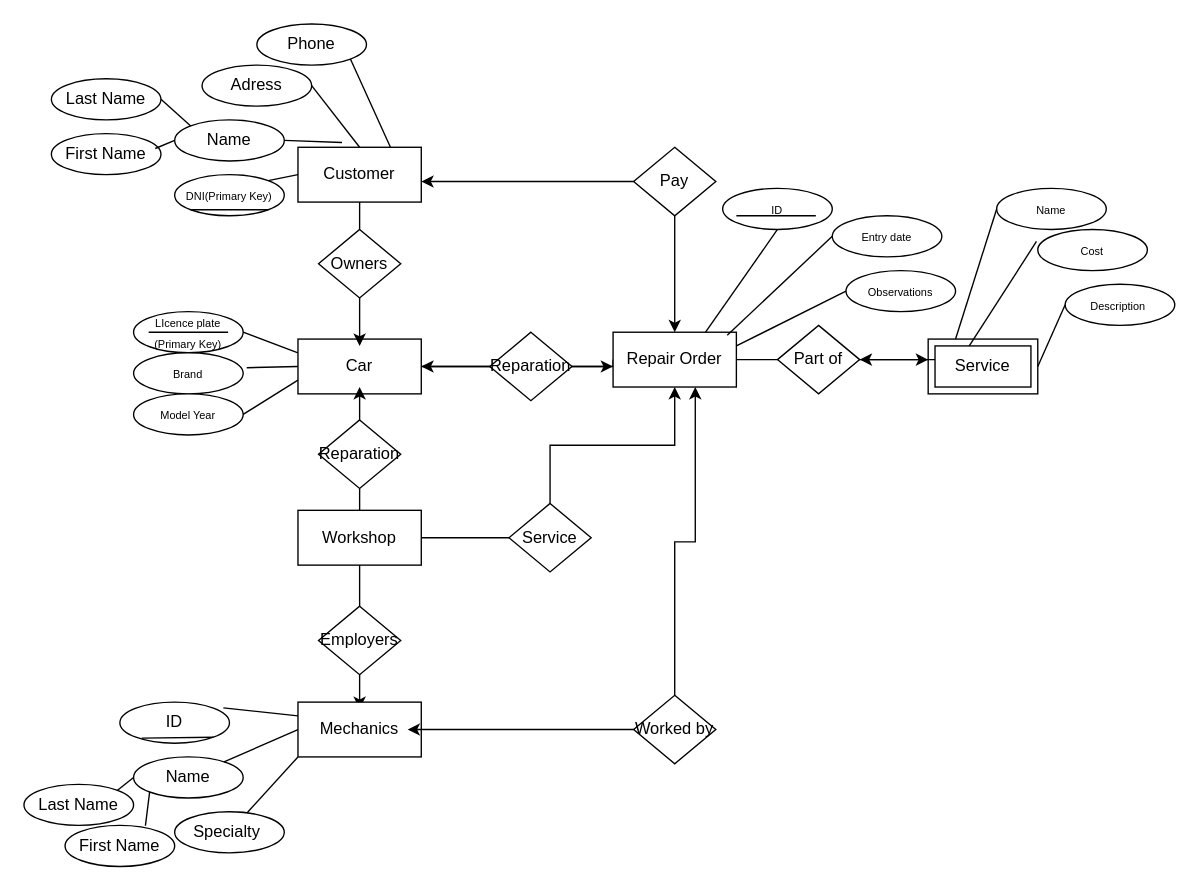
Sourcer-Amir/draw.io_diagrams keeps this draw.io diagram as Diagrams/Part 1 of homework 2.drawio. Above is the earlier version. Source tidied: cells renumbered, new cells numbered last; positions are measured from the earlier drawing's top-left corner, leaving out a move shared by most shapes. Both pictures are drawn from the tidied source at 137%, with x=0, y=0 at pixel (23, 23).
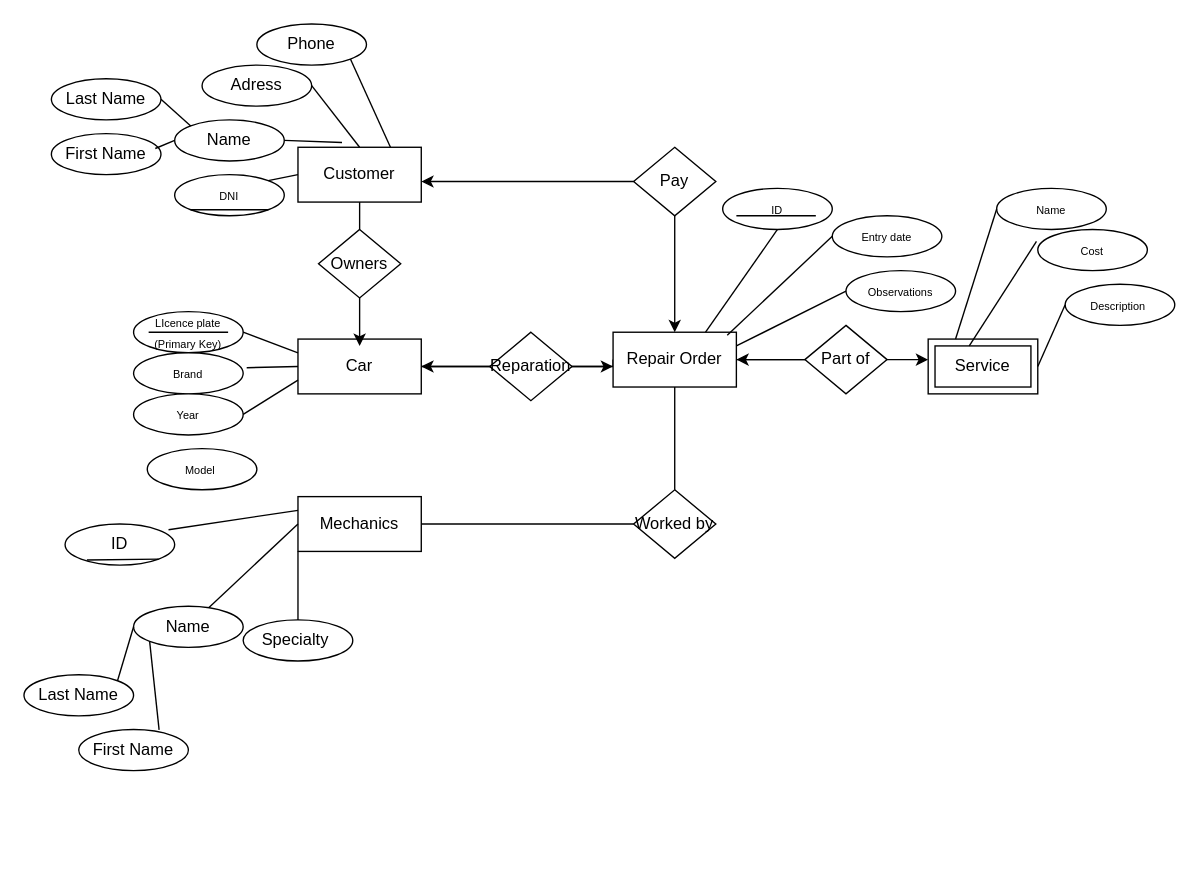
The same diagram, later.

The change refers to these unchanged cells:
```xml
<mxCell id="19" value="Repair Order" style="rounded=0;whiteSpace=wrap;html=1;" parent="1" vertex="1">
  <mxGeometry x="430" y="225" width="90" height="40" as="geometry" />
</mxCell>
<mxCell id="29" value="Service" style="rounded=0;whiteSpace=wrap;html=1;" parent="1" vertex="1">
  <mxGeometry x="665" y="235" width="70" height="30" as="geometry" />
</mxCell>
```

Change to the diagram source:
```diff
@@
-    <mxCell id="3" value="&lt;font style=&quot;font-size: 8px;&quot;&gt;DNI(Primary Key)&lt;/font&gt;" style="ellipse;whiteSpace=wrap;html=1;" parent="1" vertex="1">
+    <mxCell id="3" value="&lt;font style=&quot;font-size: 8px;&quot;&gt;DNI&lt;/font&gt;" style="ellipse;whiteSpace=wrap;html=1;" parent="1" vertex="1">
       <mxGeometry x="110" y="110" width="80" height="30" as="geometry" />
     </mxCell>
@@
-    <mxCell id="15" value="&lt;span style=&quot;font-size: 8px;&quot;&gt;Model Year&lt;/span&gt;" style="ellipse;whiteSpace=wrap;html=1;" parent="1" vertex="1">
+    <mxCell id="15" value="&lt;span style=&quot;font-size: 8px;&quot;&gt;Year&lt;/span&gt;" style="ellipse;whiteSpace=wrap;html=1;" parent="1" vertex="1">
       <mxGeometry x="80" y="270" width="80" height="30" as="geometry" />
     </mxCell>
@@
-    <mxCell id="23" style="edgeStyle=orthogonalEdgeStyle;rounded=0;jettySize=auto;html=1;" parent="1" edge="1" source="24">
-      <mxGeometry relative="1" as="geometry">
-        <mxPoint x="245" y="500" as="targetPoint" />
-      </mxGeometry>
-    </mxCell>
-    <mxCell id="24" value="Workshop" style="rounded=0;whiteSpace=wrap;html=1;" parent="1" vertex="1">
-      <mxGeometry x="200" y="355" width="90" height="40" as="geometry" />
-    </mxCell>
-    <mxCell id="25" value="Service" style="rhombus;whiteSpace=wrap;html=1;" parent="1" vertex="1">
-      <mxGeometry x="354" y="350" width="60" height="50" as="geometry" />
-    </mxCell>
-    <mxCell id="26" value="Part of" style="rhombus;whiteSpace=wrap;html=1;" parent="1" vertex="1">
-      <mxGeometry x="550" y="220" width="60" height="50" as="geometry" />
-    </mxCell>
@@
-    <mxCell id="28" style="edgeStyle=orthogonalEdgeStyle;rounded=0;jettySize=auto;html=1;" parent="1" edge="1" source="29" target="26">
-      <mxGeometry relative="1" as="geometry">
-        <Array as="points">
-          <mxPoint x="660" y="245" />
-          <mxPoint x="660" y="245" />
-        </Array>
-      </mxGeometry>
+    <mxCell id="28" style="edgeStyle=orthogonalEdgeStyle;rounded=0;jettySize=auto;html=1;entryX=1;entryY=0.5;entryDx=0;entryDy=0;" parent="1" edge="1" source="26" target="19">
+      <mxGeometry relative="1" as="geometry" />
     </mxCell>
@@
-    <mxCell id="41" style="edgeStyle=orthogonalEdgeStyle;rounded=0;jettySize=auto;html=1;" parent="1" edge="1" source="42">
-      <mxGeometry relative="1" as="geometry">
-        <mxPoint x="245" y="265" as="targetPoint" />
-      </mxGeometry>
-    </mxCell>
-    <mxCell id="42" value="Reparation" style="rhombus;whiteSpace=wrap;html=1;" parent="1" vertex="1">
-      <mxGeometry x="215" y="289" width="60" height="50" as="geometry" />
-    </mxCell>
-    <mxCell id="43" style="endArrow=none;html=1;rounded=0;entryX=0.5;entryY=0;entryDx=0;entryDy=0;exitX=0.5;exitY=1;exitDx=0;exitDy=0;" parent="1" edge="1" source="42" target="24">
-      <mxGeometry relative="1" as="geometry" />
-    </mxCell>
-    <mxCell id="44" style="edgeStyle=orthogonalEdgeStyle;rounded=0;jettySize=auto;html=1;exitX=0.5;exitY=0;exitDx=0;exitDy=0;entryX=0.5;entryY=1;entryDx=0;entryDy=0;" parent="1" edge="1" source="25" target="19">
-      <mxGeometry relative="1" as="geometry" />
-    </mxCell>
-    <mxCell id="45" style="endArrow=none;html=1;rounded=0;entryX=1;entryY=0.5;entryDx=0;entryDy=0;exitX=0;exitY=0.5;exitDx=0;exitDy=0;" parent="1" edge="1" source="25" target="24">
-      <mxGeometry relative="1" as="geometry" />
-    </mxCell>
@@
-    <mxCell id="50" value="Employers" style="rhombus;whiteSpace=wrap;html=1;" parent="1" vertex="1">
-      <mxGeometry x="215" y="425" width="60" height="50" as="geometry" />
-    </mxCell>
     <mxCell id="51" value="Mechanics" style="rounded=0;whiteSpace=wrap;html=1;" parent="1" vertex="1">
-      <mxGeometry x="200" y="495" width="90" height="40" as="geometry" />
+      <mxGeometry x="200" y="345" width="90" height="40" as="geometry" />
     </mxCell>
     <mxCell id="52" value="ID" style="ellipse;whiteSpace=wrap;html=1;" parent="1" vertex="1">
-      <mxGeometry x="70" y="495" width="80" height="30" as="geometry" />
+      <mxGeometry x="30" y="365" width="80" height="30" as="geometry" />
     </mxCell>
     <mxCell id="53" value="Name" style="ellipse;whiteSpace=wrap;html=1;" parent="1" vertex="1">
-      <mxGeometry x="80" y="535" width="80" height="30" as="geometry" />
+      <mxGeometry x="80" y="425" width="80" height="30" as="geometry" />
     </mxCell>
     <mxCell id="54" value="Specialty&amp;nbsp;" style="ellipse;whiteSpace=wrap;html=1;" parent="1" vertex="1">
-      <mxGeometry x="110" y="575" width="80" height="30" as="geometry" />
+      <mxGeometry x="160" y="435" width="80" height="30" as="geometry" />
     </mxCell>
     <mxCell id="55" value="First Name" style="ellipse;whiteSpace=wrap;html=1;" parent="1" vertex="1">
-      <mxGeometry x="30" y="585" width="80" height="30" as="geometry" />
+      <mxGeometry x="40" y="515" width="80" height="30" as="geometry" />
     </mxCell>
     <mxCell id="56" value="Last Name" style="ellipse;whiteSpace=wrap;html=1;" parent="1" vertex="1">
-      <mxGeometry y="555" width="80" height="30" as="geometry" />
+      <mxGeometry y="475" width="80" height="30" as="geometry" />
     </mxCell>
@@
-    <mxCell id="58" style="endArrow=none;html=1;rounded=0;" parent="1" edge="1" source="53">
-      <mxGeometry relative="1" as="geometry">
-        <mxPoint x="200" y="515" as="targetPoint" />
-      </mxGeometry>
+    <mxCell id="58" style="endArrow=none;html=1;rounded=0;entryX=0;entryY=0.5;entryDx=0;entryDy=0;" parent="1" edge="1" source="53" target="51">
+      <mxGeometry relative="1" as="geometry" />
     </mxCell>
@@
-    <mxCell id="62" style="edgeStyle=orthogonalEdgeStyle;rounded=0;jettySize=auto;html=1;" parent="1" edge="1" source="64">
-      <mxGeometry relative="1" as="geometry">
-        <mxPoint x="280" y="515" as="targetPoint" />
-      </mxGeometry>
-    </mxCell>
-    <mxCell id="63" style="edgeStyle=orthogonalEdgeStyle;rounded=0;jettySize=auto;html=1;" parent="1" edge="1" source="64" target="19">
-      <mxGeometry relative="1" as="geometry">
-        <Array as="points">
-          <mxPoint x="475" y="378" />
-          <mxPoint x="490" y="378" />
-        </Array>
-      </mxGeometry>
-    </mxCell>
     <mxCell id="64" value="Worked by" style="rhombus;whiteSpace=wrap;html=1;" parent="1" vertex="1">
-      <mxGeometry x="445" y="490" width="60" height="50" as="geometry" />
+      <mxGeometry x="445" y="340" width="60" height="50" as="geometry" />
     </mxCell>
@@
+    <mxCell id="76" value="&lt;span style=&quot;font-size: 8px;&quot;&gt;Model&amp;nbsp;&lt;/span&gt;" style="ellipse;whiteSpace=wrap;html=1;" parent="1" vertex="1">
+      <mxGeometry x="90" y="310" width="80" height="30" as="geometry" />
+    </mxCell>
+    <mxCell id="26" value="Part of" style="rhombus;whiteSpace=wrap;html=1;" parent="1" vertex="1">
+      <mxGeometry x="570" y="220" width="60" height="50" as="geometry" />
+    </mxCell>
+    <mxCell id="77" style="endArrow=none;html=1;rounded=0;entryX=1;entryY=0.5;entryDx=0;entryDy=0;exitX=0;exitY=0.5;exitDx=0;exitDy=0;" parent="1" edge="1" source="64" target="51">
+      <mxGeometry relative="1" as="geometry" />
+    </mxCell>
+    <mxCell id="78" style="endArrow=none;html=1;rounded=0;entryX=0.5;entryY=0;entryDx=0;entryDy=0;exitX=0.5;exitY=1;exitDx=0;exitDy=0;" parent="1" edge="1" source="19" target="64">
+      <mxGeometry relative="1" as="geometry" />
+    </mxCell>
```
